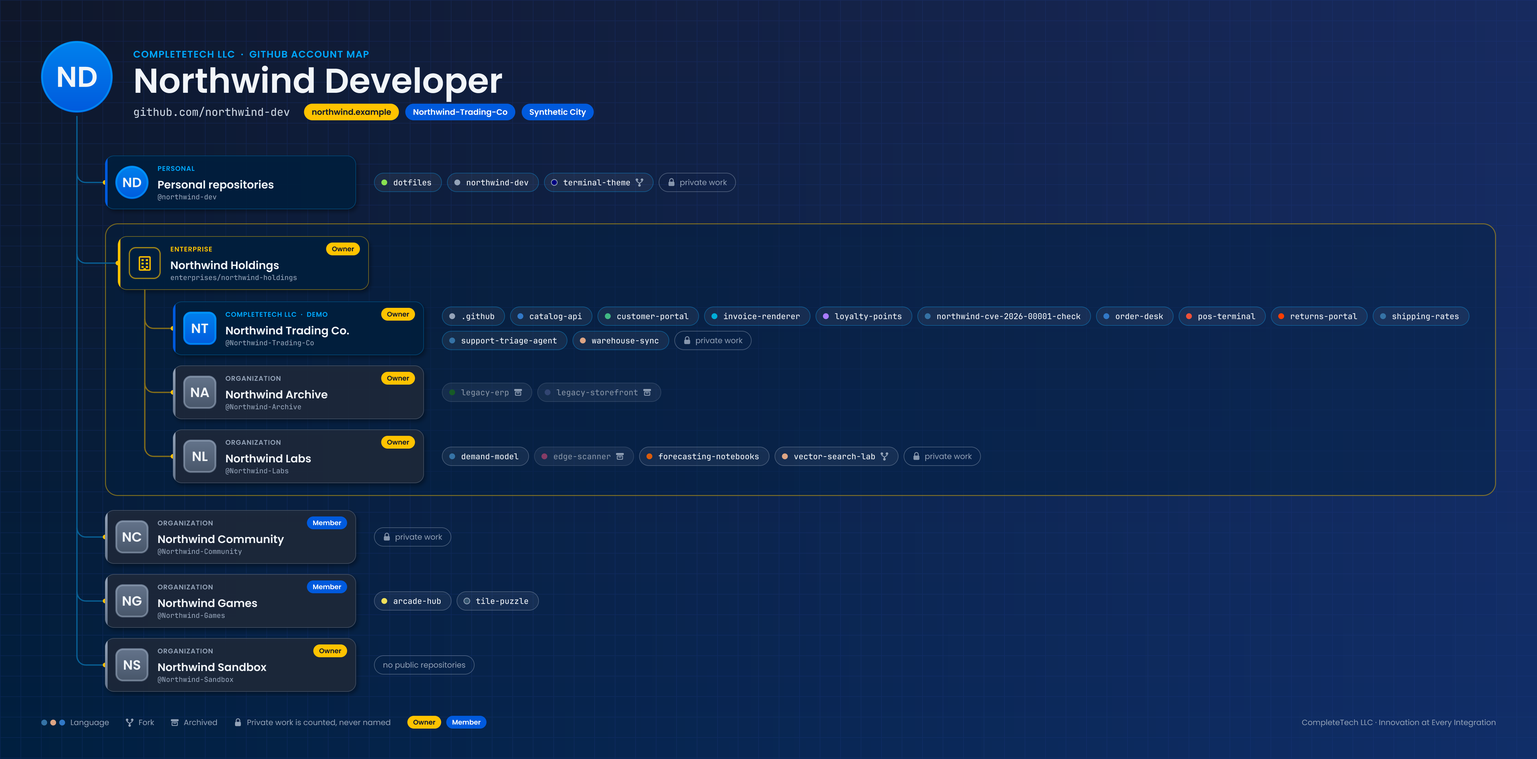
Before: assets/examples/account-chart-example.png, a diagram exported from Mermaid (CompleteTech-Skills/github-showcase-skill). Its source is kept beside it as assets/examples/account-chart-example.mmd.
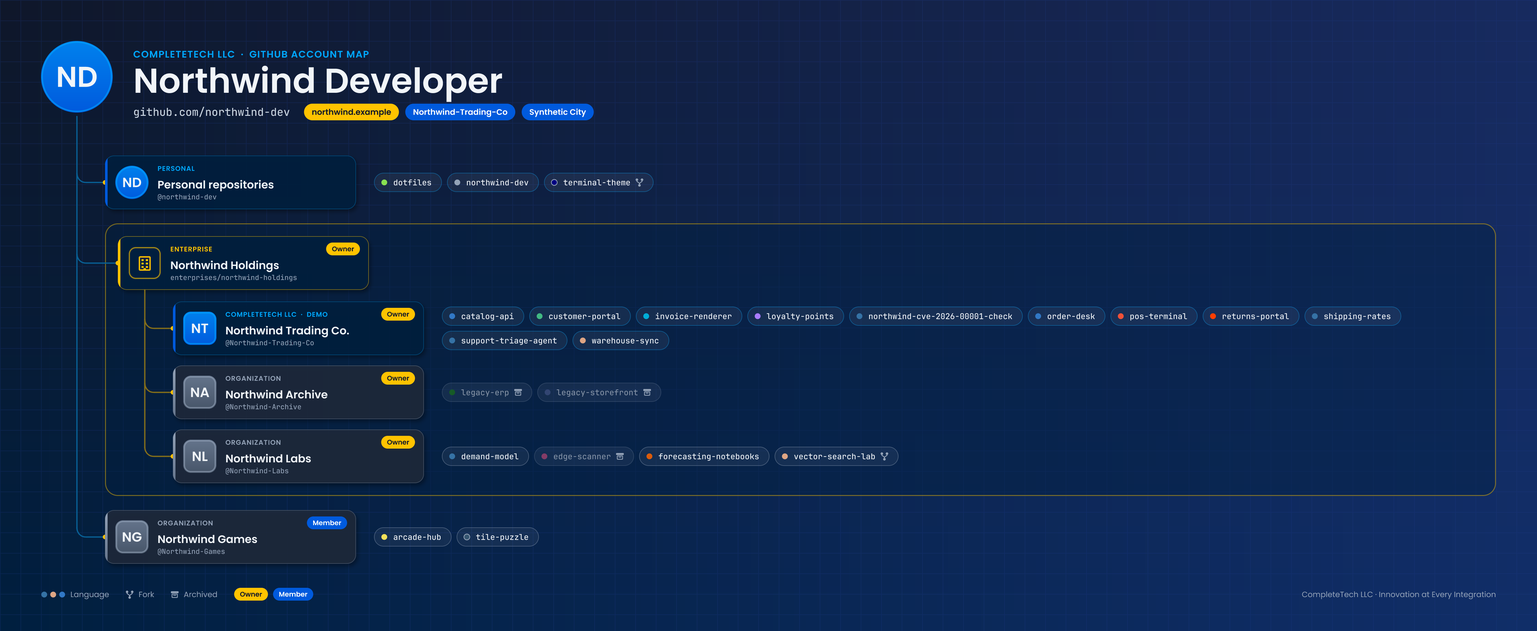
After the change.

Commit message:
Show public work by default in the account chart

Change to the diagram source:
```diff
@@ -1,14 +1,14 @@
 %%{init: {"theme": "base", "fontFamily": "Poppins, ui-sans-serif, system-ui, sans-serif", "themeVariables": {"darkMode": true, "background": "#0F172A", "fontSize": "15px", "primaryColor": "#001F3F", "primaryTextColor": "#F1F5F9", "primaryBorderColor": "#00A7FD", "secondaryColor": "#001F3F", "tertiaryColor": "#001F3F", "mainBkg": "#001F3F", "nodeBorder": "#00A7FD", "lineColor": "#085F94", "textColor": "#CBD5E1", "titleColor": "#F1F5F9", "clusterBkg": "#081B33", "clusterBorder": "#0B3F65", "edgeLabelBackground": "#0F172A"}, "flowchart": {"curve": "basis", "htmlLabels": true, "wrappingWidth": 600, "nodeSpacing": 18, "rankSpacing": 56, "padding": 14, "diagramPadding": 24}}}%%
 flowchart LR
     accTitle: GitHub account map of Northwind Developer (@northwind-dev)
-    accDescr: personal repositories, 1 enterprise and 6 organizations, each with its public repositories
+    accDescr: personal repositories, 1 enterprise and 4 organizations, each with its public repositories
 
     acct(["Northwind Developer<br/>@northwind-dev"])
     me("Personal repositories<br/>@northwind-dev")
     acct ---> me
     subgraph me_r [" "]
         direction LR
-        me_r1(["dotfiles"]) ~~~ me_r2(["northwind-dev"]) ~~~ me_r3(["terminal-theme · fork"]) ~~~ me_r4(["private work"])
+        me_r1(["dotfiles"]) ~~~ me_r2(["northwind-dev"]) ~~~ me_r3(["terminal-theme · fork"])
     end
     me --> me_r
     me ~~~ me_r1
@@ -18,14 +18,12 @@
     e1 --> e1o1
     subgraph e1o1_r [" "]
         direction LR
-        e1o1_r1([".github"]) ~~~ e1o1_r2(["catalog-api"]) ~~~ e1o1_r3(["customer-portal"]) ~~~ e1o1_r4(["invoice-renderer"]) ~~~ e1o1_r5(["loyalty-points"]) ~~~ e1o1_r6(["northwind-cve-2026-00001-check"])
-        e1o1_r7(["order-desk"]) ~~~ e1o1_r8(["pos-terminal"]) ~~~ e1o1_r9(["returns-portal"]) ~~~ e1o1_r10(["shipping-rates"]) ~~~ e1o1_r11(["support-triage-agent"]) ~~~ e1o1_r12(["warehouse-sync"])
-        e1o1_r13(["private work"])
+        e1o1_r1(["catalog-api"]) ~~~ e1o1_r2(["customer-portal"]) ~~~ e1o1_r3(["invoice-renderer"]) ~~~ e1o1_r4(["loyalty-points"]) ~~~ e1o1_r5(["northwind-cve-2026-00001-check"]) ~~~ e1o1_r6(["order-desk"])
+        e1o1_r7(["pos-terminal"]) ~~~ e1o1_r8(["returns-portal"]) ~~~ e1o1_r9(["shipping-rates"]) ~~~ e1o1_r10(["support-triage-agent"]) ~~~ e1o1_r11(["warehouse-sync"])
     end
     e1o1 --> e1o1_r
     e1o1 ~~~ e1o1_r1
     e1o1 ~~~ e1o1_r7
-    e1o1 ~~~ e1o1_r13
     e1o2("Northwind Archive<br/>@Northwind-Archive · Owner")
     e1 --> e1o2
     subgraph e1o2_r [" "]
@@ -38,36 +36,20 @@
     e1 --> e1o3
     subgraph e1o3_r [" "]
         direction LR
-        e1o3_r1(["demand-model"]) ~~~ e1o3_r2(["edge-scanner · archived"]) ~~~ e1o3_r3(["forecasting-notebooks"]) ~~~ e1o3_r4(["vector-search-lab · fork"]) ~~~ e1o3_r5(["private work"])
+        e1o3_r1(["demand-model"]) ~~~ e1o3_r2(["edge-scanner · archived"]) ~~~ e1o3_r3(["forecasting-notebooks"]) ~~~ e1o3_r4(["vector-search-lab · fork"])
     end
     e1o3 --> e1o3_r
     e1o3 ~~~ e1o3_r1
     hub(["Organizations"])
     acct --> hub
-    o1("Northwind Community<br/>@Northwind-Community · Member")
+    o1("Northwind Games<br/>@Northwind-Games · Member")
     hub --> o1
     subgraph o1_r [" "]
         direction LR
-        o1_r1(["private work"])
+        o1_r1(["arcade-hub"]) ~~~ o1_r2(["tile-puzzle"])
     end
     o1 --> o1_r
     o1 ~~~ o1_r1
-    o2("Northwind Games<br/>@Northwind-Games · Member")
-    hub --> o2
-    subgraph o2_r [" "]
-        direction LR
-        o2_r1(["arcade-hub"]) ~~~ o2_r2(["tile-puzzle"])
-    end
-    o2 --> o2_r
-    o2 ~~~ o2_r1
-    o3("Northwind Sandbox<br/>@Northwind-Sandbox · Owner")
-    hub --> o3
-    subgraph o3_r [" "]
-        direction LR
-        o3_r1(["no public repositories"])
-    end
-    o3 --> o3_r
-    o3 ~~~ o3_r1
 
     classDef account fill:#005ADD,stroke:#00A7FD,stroke-width:2px,color:#F1F5F9,font-weight:600
     classDef hub fill:#001F3F,stroke:#00A7FD,stroke-width:1.5px,color:#F1F5F9
@@ -99,32 +81,29 @@
     class hub hub
     class e1 enterprise
     class me,e1o1 f_completetech
-    class e1o2,e1o3,o1,o2,o3 f_neutral
-    class me_r1,me_r2,me_r3,e1o1_r1,e1o1_r2,e1o1_r3,e1o1_r4,e1o1_r5,e1o1_r6,e1o1_r7,e1o1_r8,e1o1_r9,e1o1_r10,e1o1_r11,e1o1_r12,e1o2_r1,e1o2_r2,e1o3_r1,e1o3_r2,e1o3_r3,e1o3_r4,o2_r1,o2_r2 repo
+    class e1o2,e1o3,o1 f_neutral
+    class me_r1,me_r2,me_r3,e1o1_r1,e1o1_r2,e1o1_r3,e1o1_r4,e1o1_r5,e1o1_r6,e1o1_r7,e1o1_r8,e1o1_r9,e1o1_r10,e1o1_r11,e1o2_r1,e1o2_r2,e1o3_r1,e1o3_r2,e1o3_r3,e1o3_r4,o1_r1,o1_r2 repo
     class e1o3_r2 l_cpp
     class e1o2_r1 l_csharp
-    class me_r2,e1o1_r1 l_default
-    class o2_r2 l_gdscript
-    class e1o1_r4 l_go
-    class o2_r1 l_javascript
+    class me_r2 l_default
+    class o1_r2 l_gdscript
+    class e1o1_r3 l_go
+    class o1_r1 l_javascript
     class e1o3_r3 l_jupyter_notebook
-    class e1o1_r5 l_kotlin
+    class e1o1_r4 l_kotlin
     class me_r3 l_lua
     class e1o2_r2 l_php
-    class e1o1_r6,e1o1_r10,e1o1_r11,e1o3_r1 l_python
-    class e1o1_r12,e1o3_r4 l_rust
+    class e1o1_r5,e1o1_r9,e1o1_r10,e1o3_r1 l_python
+    class e1o1_r11,e1o3_r4 l_rust
     class me_r1 l_shell
-    class e1o1_r9 l_svelte
-    class e1o1_r8 l_swift
-    class e1o1_r2,e1o1_r7 l_typescript
-    class e1o1_r3 l_vue
+    class e1o1_r8 l_svelte
+    class e1o1_r7 l_swift
+    class e1o1_r1,e1o1_r6 l_typescript
+    class e1o1_r2 l_vue
     class me_r3,e1o3_r4 fork
     class e1o2_r1,e1o2_r2,e1o3_r2 archived
-    class me_r4,e1o1_r13,e1o3_r5,o1_r1,o3_r1 note
     style me_r fill:#081B33,stroke:#0B3F65,stroke-width:1px
     style e1o1_r fill:#081B33,stroke:#0B3F65,stroke-width:1px
     style e1o2_r fill:#081B33,stroke:#374155,stroke-width:1px
     style e1o3_r fill:#081B33,stroke:#374155,stroke-width:1px
     style o1_r fill:#081B33,stroke:#374155,stroke-width:1px
-    style o2_r fill:#081B33,stroke:#374155,stroke-width:1px
-    style o3_r fill:#081B33,stroke:#374155,stroke-width:1px
```
